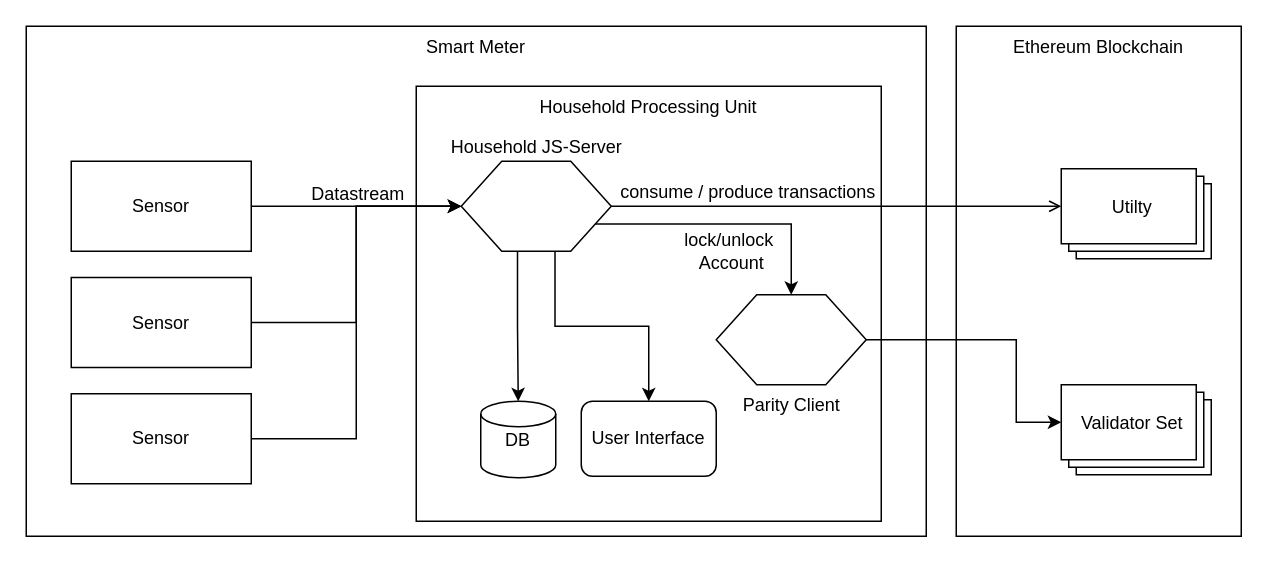
Above: documentation/architecture.drawio in JacobEberhardt/decentralized-energy-trading (draw.io), before the change. Source tidied: cells renumbered, new cells numbered last; positions are measured from the earlier drawing's top-left corner, leaving out a move shared by most shapes. Both pictures are drawn from the tidied source at 150%, with x=0, y=0 at pixel (26, 26).
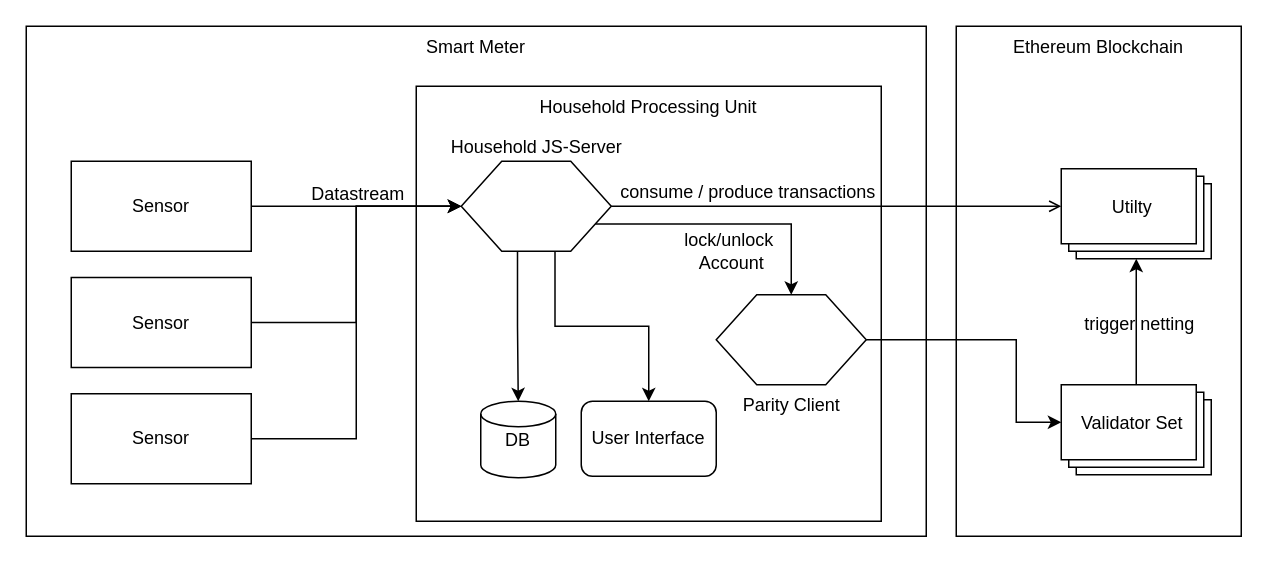
After the change.

The change refers to these unchanged cells:
```xml
<mxCell id="19" value="Validator Set&lt;br&gt;" style="verticalLabelPosition=middle;verticalAlign=middle;html=1;shape=mxgraph.basic.layered_rect;dx=10;outlineConnect=0;strokeWidth=1;fillColor=#FFFFFF;labelPosition=center;align=center;spacingTop=-8;spacingLeft=-6;" parent="1" vertex="1">
  <mxGeometry x="690" y="239" width="100" height="60" as="geometry" />
</mxCell>
<mxCell id="20" value="Utilty" style="verticalLabelPosition=middle;verticalAlign=middle;html=1;shape=mxgraph.basic.layered_rect;dx=10;outlineConnect=0;strokeWidth=1;fillColor=#FFFFFF;spacingTop=-8;spacingLeft=-6;labelPosition=center;align=center;" parent="1" vertex="1">
  <mxGeometry x="690" y="95" width="100" height="60" as="geometry" />
</mxCell>
```

What changed in the source:
```diff
@@
+    <mxCell id="25" style="edgeStyle=orthogonalEdgeStyle;rounded=0;jettySize=auto;html=1;exitX=0.5;exitY=0.5;exitDx=0;exitDy=0;exitPerimeter=0;endArrow=classic;endFill=1;" parent="1" edge="1" source="19" target="20">
+      <mxGeometry relative="1" as="geometry" />
+    </mxCell>
+    <mxCell id="26" value="trigger netting" style="text;html=1;align=center;verticalAlign=middle;labelBackgroundColor=none;" parent="25" vertex="1">
+      <mxGeometry x="0.25" y="-1" relative="1" as="geometry" />
+    </mxCell>
```
